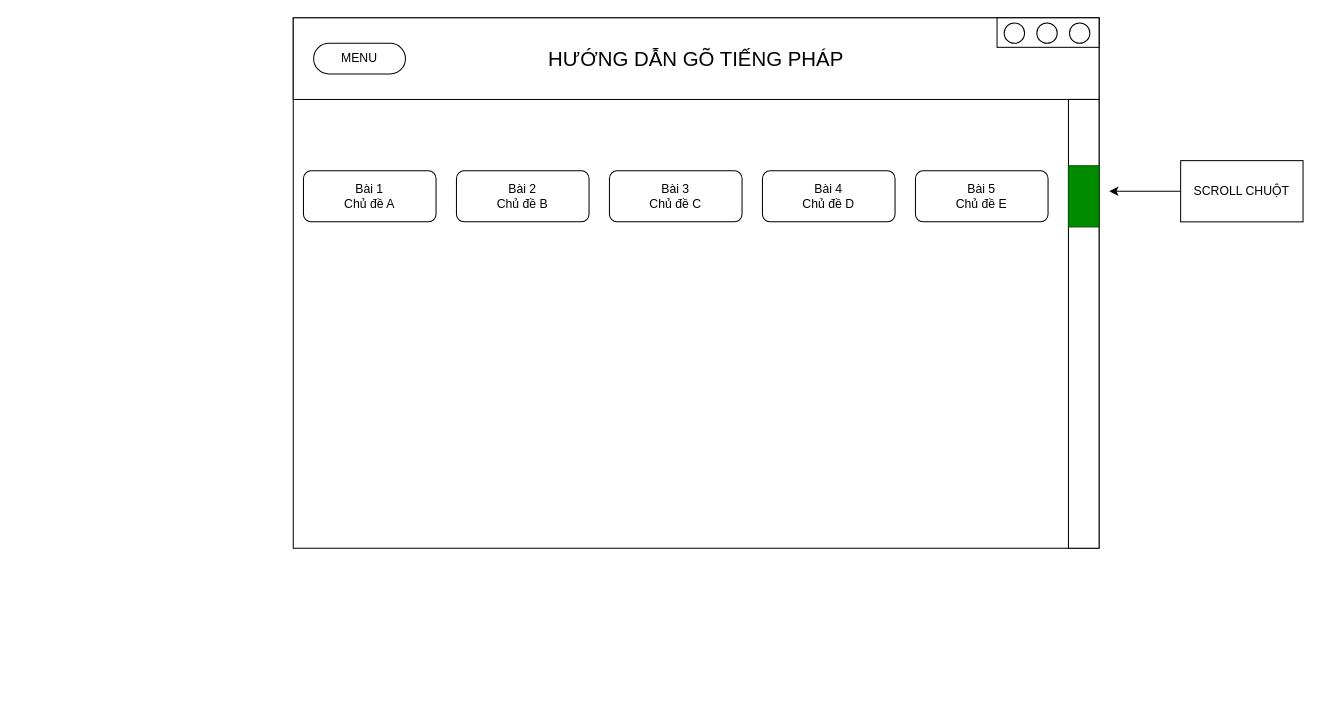
Before: page "Học từ vựng (1)" (9 of 16) of GUI.drawio in Tran-Long-Vu/AppVocabFR, a draw.io diagram. Source tidied: cells renumbered, new cells numbered last; positions are measured from the earlier drawing's top-left corner, leaving out a move shared by most shapes. Both pictures are drawn from the tidied source at 102%, with x=0, y=0 at pixel (293, 17).
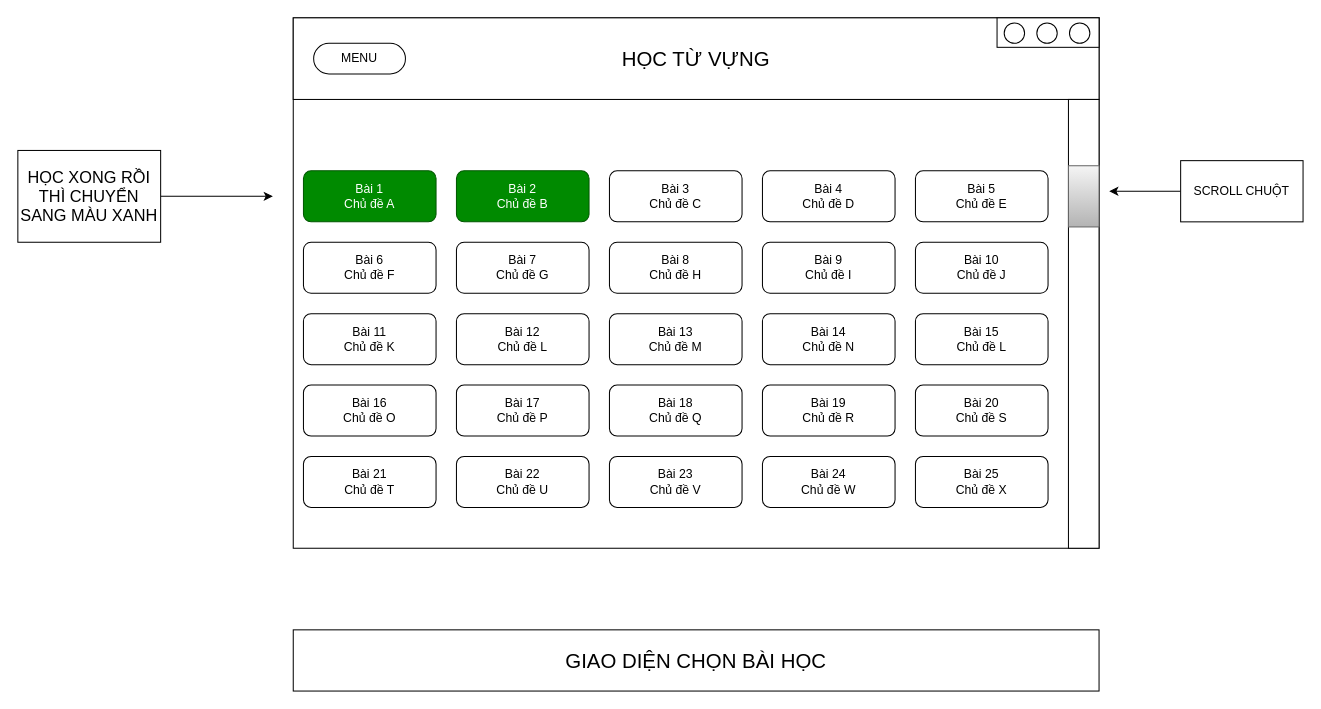
Above is the later version.

What changed in the source:
```diff
@@
-    <mxCell id="3" value="&lt;font style=&quot;font-size: 20px;&quot;&gt;HƯỚNG DẪN GÕ TIẾNG PHÁP&lt;/font&gt;" style="rounded=0;whiteSpace=wrap;html=1;" parent="1" vertex="1">
+    <mxCell id="3" value="&lt;font style=&quot;font-size: 20px;&quot;&gt;HỌC TỪ VỰNG&lt;/font&gt;" style="rounded=0;whiteSpace=wrap;html=1;" parent="1" vertex="1">
       <mxGeometry width="790" height="80" as="geometry" />
     </mxCell>
@@
-    <mxCell id="12" value="Bài 1&lt;div&gt;Chủ đề A&lt;/div&gt;" style="rounded=1;whiteSpace=wrap;html=1;" parent="1" vertex="1">
+    <mxCell id="12" value="Bài 1&lt;div&gt;Chủ đề A&lt;/div&gt;" style="rounded=1;whiteSpace=wrap;html=1;fillColor=#008a00;fontColor=#ffffff;strokeColor=#005700;" parent="1" vertex="1">
       <mxGeometry x="10" y="150" width="130" height="50" as="geometry" />
     </mxCell>
-    <mxCell id="13" value="Bài 2&lt;div&gt;Chủ đề B&lt;/div&gt;" style="rounded=1;whiteSpace=wrap;html=1;" parent="1" vertex="1">
+    <mxCell id="13" value="Bài 2&lt;div&gt;Chủ đề B&lt;/div&gt;" style="rounded=1;whiteSpace=wrap;html=1;fillColor=#008a00;fontColor=#ffffff;strokeColor=#005700;" parent="1" vertex="1">
       <mxGeometry x="160" y="150" width="130" height="50" as="geometry" />
     </mxCell>
@@
-    <mxCell id="18" style="rounded=0;whiteSpace=wrap;html=1;fontColor=#ffffff;labelBackgroundColor=#00FF00;labelBorderColor=#00FF00;textShadow=1;fillColor=#008a00;strokeColor=#005700;" parent="1" vertex="1">
+    <mxCell id="18" style="rounded=0;whiteSpace=wrap;html=1;labelBackgroundColor=#00FF00;labelBorderColor=#00FF00;textShadow=1;fillColor=#f5f5f5;gradientColor=#b3b3b3;strokeColor=#666666;" parent="1" vertex="1">
       <mxGeometry x="760" y="145" width="30" height="60" as="geometry" />
     </mxCell>
@@
+    <mxCell id="21" value="Bài 6&lt;div&gt;Chủ đề F&lt;/div&gt;" style="rounded=1;whiteSpace=wrap;html=1;" parent="1" vertex="1">
+      <mxGeometry x="10" y="220" width="130" height="50" as="geometry" />
+    </mxCell>
+    <mxCell id="22" value="Bài 7&lt;div&gt;Chủ đề G&lt;/div&gt;" style="rounded=1;whiteSpace=wrap;html=1;" parent="1" vertex="1">
+      <mxGeometry x="160" y="220" width="130" height="50" as="geometry" />
+    </mxCell>
+    <mxCell id="23" value="Bài 8&lt;div&gt;Chủ đề H&lt;/div&gt;" style="rounded=1;whiteSpace=wrap;html=1;" parent="1" vertex="1">
+      <mxGeometry x="310" y="220" width="130" height="50" as="geometry" />
+    </mxCell>
+    <mxCell id="24" value="Bài 9&lt;div&gt;Chủ đề I&lt;/div&gt;" style="rounded=1;whiteSpace=wrap;html=1;" parent="1" vertex="1">
+      <mxGeometry x="460" y="220" width="130" height="50" as="geometry" />
+    </mxCell>
+    <mxCell id="25" value="Bài 10&lt;div&gt;Chủ đề J&lt;/div&gt;" style="rounded=1;whiteSpace=wrap;html=1;" parent="1" vertex="1">
+      <mxGeometry x="610" y="220" width="130" height="50" as="geometry" />
+    </mxCell>
+    <mxCell id="26" value="Bài 11&lt;div&gt;Chủ đề K&lt;/div&gt;" style="rounded=1;whiteSpace=wrap;html=1;" parent="1" vertex="1">
+      <mxGeometry x="10" y="290" width="130" height="50" as="geometry" />
+    </mxCell>
+    <mxCell id="27" value="Bài 12&lt;div&gt;Chủ đề L&lt;/div&gt;" style="rounded=1;whiteSpace=wrap;html=1;" parent="1" vertex="1">
+      <mxGeometry x="160" y="290" width="130" height="50" as="geometry" />
+    </mxCell>
+    <mxCell id="28" value="Bài 13&lt;div&gt;Chủ đề M&lt;/div&gt;" style="rounded=1;whiteSpace=wrap;html=1;" parent="1" vertex="1">
+      <mxGeometry x="310" y="290" width="130" height="50" as="geometry" />
+    </mxCell>
+    <mxCell id="29" value="Bài 14&lt;div&gt;Chủ đề N&lt;/div&gt;" style="rounded=1;whiteSpace=wrap;html=1;" parent="1" vertex="1">
+      <mxGeometry x="460" y="290" width="130" height="50" as="geometry" />
+    </mxCell>
+    <mxCell id="30" value="Bài 15&lt;div&gt;Chủ đề L&lt;/div&gt;" style="rounded=1;whiteSpace=wrap;html=1;" parent="1" vertex="1">
+      <mxGeometry x="610" y="290" width="130" height="50" as="geometry" />
+    </mxCell>
+    <mxCell id="31" value="Bài 16&lt;div&gt;Chủ đề O&lt;/div&gt;" style="rounded=1;whiteSpace=wrap;html=1;" parent="1" vertex="1">
+      <mxGeometry x="10" y="360" width="130" height="50" as="geometry" />
+    </mxCell>
+    <mxCell id="32" value="Bài 17&lt;div&gt;Chủ đề P&lt;/div&gt;" style="rounded=1;whiteSpace=wrap;html=1;" parent="1" vertex="1">
+      <mxGeometry x="160" y="360" width="130" height="50" as="geometry" />
+    </mxCell>
+    <mxCell id="33" value="Bài 18&lt;div&gt;Chủ đề Q&lt;/div&gt;" style="rounded=1;whiteSpace=wrap;html=1;" parent="1" vertex="1">
+      <mxGeometry x="310" y="360" width="130" height="50" as="geometry" />
+    </mxCell>
+    <mxCell id="34" value="Bài 19&lt;div&gt;Chủ đề R&lt;/div&gt;" style="rounded=1;whiteSpace=wrap;html=1;" parent="1" vertex="1">
+      <mxGeometry x="460" y="360" width="130" height="50" as="geometry" />
+    </mxCell>
+    <mxCell id="35" value="Bài 20&lt;div&gt;Chủ đề S&lt;/div&gt;" style="rounded=1;whiteSpace=wrap;html=1;" parent="1" vertex="1">
+      <mxGeometry x="610" y="360" width="130" height="50" as="geometry" />
+    </mxCell>
+    <mxCell id="36" value="Bài 21&lt;div&gt;Chủ đề T&lt;/div&gt;" style="rounded=1;whiteSpace=wrap;html=1;" parent="1" vertex="1">
+      <mxGeometry x="10" y="430" width="130" height="50" as="geometry" />
+    </mxCell>
+    <mxCell id="37" value="Bài 22&lt;div&gt;Chủ đề U&lt;/div&gt;" style="rounded=1;whiteSpace=wrap;html=1;" parent="1" vertex="1">
+      <mxGeometry x="160" y="430" width="130" height="50" as="geometry" />
+    </mxCell>
+    <mxCell id="38" value="Bài 23&lt;div&gt;Chủ đề V&lt;/div&gt;" style="rounded=1;whiteSpace=wrap;html=1;" parent="1" vertex="1">
+      <mxGeometry x="310" y="430" width="130" height="50" as="geometry" />
+    </mxCell>
+    <mxCell id="39" value="Bài 24&lt;div&gt;Chủ đề W&lt;/div&gt;" style="rounded=1;whiteSpace=wrap;html=1;" parent="1" vertex="1">
+      <mxGeometry x="460" y="430" width="130" height="50" as="geometry" />
+    </mxCell>
+    <mxCell id="40" value="Bài 25&lt;div&gt;Chủ đề X&lt;/div&gt;" style="rounded=1;whiteSpace=wrap;html=1;" parent="1" vertex="1">
+      <mxGeometry x="610" y="430" width="130" height="50" as="geometry" />
+    </mxCell>
+    <mxCell id="41" style="edgeStyle=orthogonalEdgeStyle;rounded=0;jettySize=auto;html=1;" parent="1" edge="1" source="42">
+      <mxGeometry relative="1" as="geometry">
+        <mxPoint x="-20" y="175" as="targetPoint" />
+      </mxGeometry>
+    </mxCell>
+    <mxCell id="42" value="HỌC XONG RỒI THÌ CHUYỂN SANG MÀU XANH" style="rounded=0;whiteSpace=wrap;html=1;fontSize=16;" parent="1" vertex="1">
+      <mxGeometry x="-270" y="130" width="140" height="90" as="geometry" />
+    </mxCell>
+    <mxCell id="43" value="&lt;font style=&quot;font-size: 20px;&quot;&gt;GIAO DIỆN CHỌN BÀI HỌC&lt;/font&gt;" style="rounded=0;whiteSpace=wrap;html=1;" parent="1" vertex="1">
+      <mxGeometry y="600" width="790" height="60" as="geometry" />
+    </mxCell>
```
